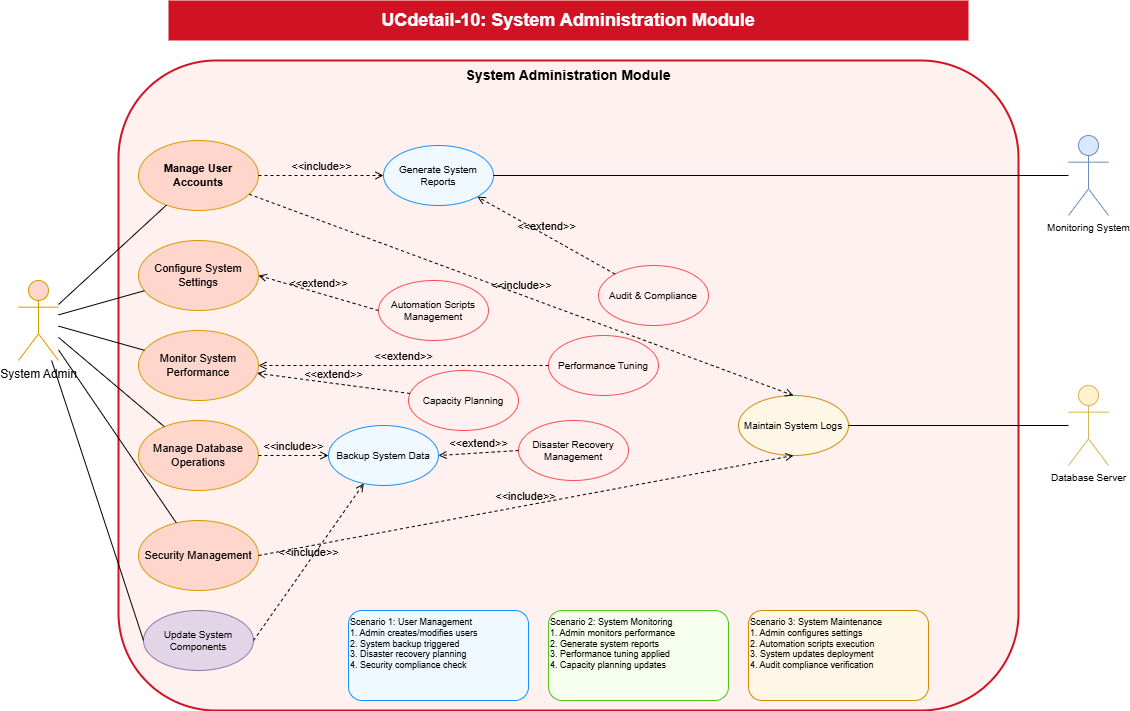
Earlier version of the draw.io export dsa-visualizer/academic-project/images/UCdetail-10-system-administration.png (HieNguyen08/dsa-visualizer). Source tidied: cells renumbered, new cells last; positions are measured from the earlier drawing's top-left corner, leaving out a move shared by most shapes.
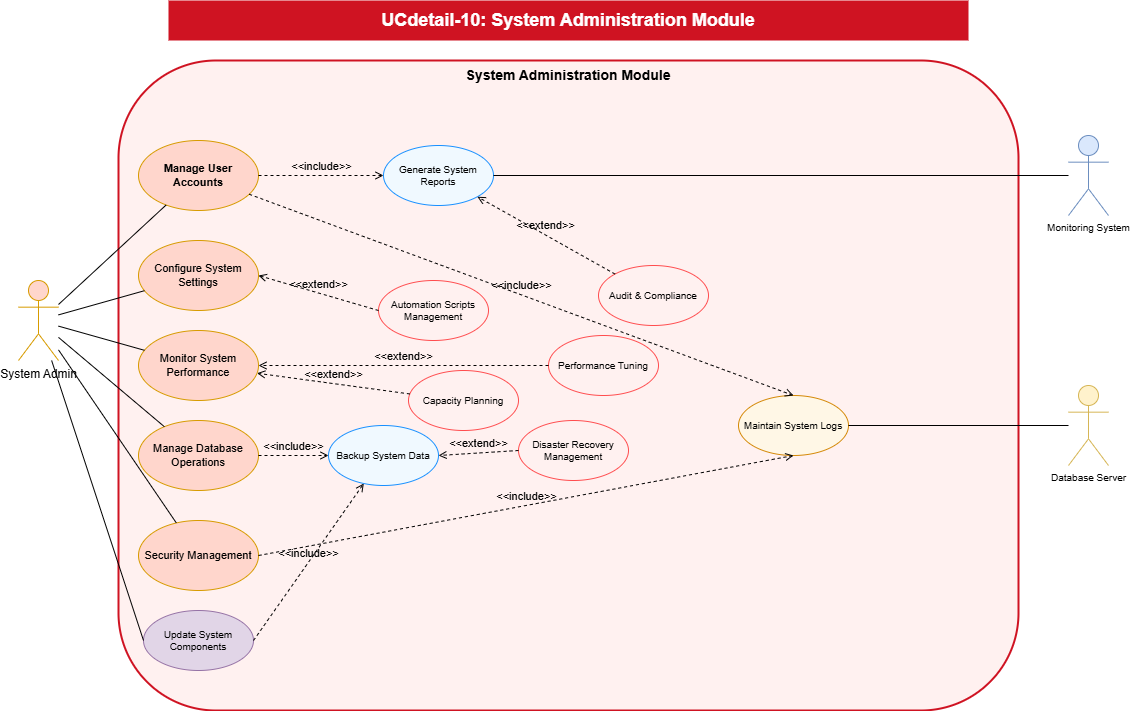
After the change.

Diff of the diagram source:
```diff
@@ -80,15 +80,6 @@
     <mxCell id="27" style="endArrow=none;html=1;rounded=0;fontSize=12;startSize=8;endSize=8;exitX=0;exitY=0.5;" parent="1" edge="1" source="6" target="13">
       <mxGeometry relative="1" as="geometry" />
     </mxCell>
-    <mxCell id="28" value="Scenario 1: User Management&#10;1. Admin creates/modifies users&#10;2. System backup triggered&#10;3. Disaster recovery planning&#10;4. Security compliance check" style="rounded=1;whiteSpace=wrap;html=1;fontSize=9;align=left;verticalAlign=top;fillColor=#f0f9ff;strokeColor=#1890ff;" parent="1" vertex="1">
-      <mxGeometry x="330" y="610" width="180" height="90" as="geometry" />
-    </mxCell>
-    <mxCell id="29" value="Scenario 2: System Monitoring&#10;1. Admin monitors performance&#10;2. Generate system reports&#10;3. Performance tuning applied&#10;4. Capacity planning updates" style="rounded=1;whiteSpace=wrap;html=1;fontSize=9;align=left;verticalAlign=top;fillColor=#f6ffed;strokeColor=#52c41a;" parent="1" vertex="1">
-      <mxGeometry x="530" y="610" width="180" height="90" as="geometry" />
-    </mxCell>
-    <mxCell id="30" value="Scenario 3: System Maintenance&#10;1. Admin configures settings&#10;2. Automation scripts execution&#10;3. System updates deployment&#10;4. Audit compliance verification" style="rounded=1;whiteSpace=wrap;html=1;fontSize=9;align=left;verticalAlign=top;fillColor=#fff7e6;strokeColor=#d48806;" parent="1" vertex="1">
-      <mxGeometry x="730" y="610" width="180" height="90" as="geometry" />
-    </mxCell>
     <mxCell id="31" value="&amp;lt;&amp;lt;include&amp;gt;&amp;gt;" style="html=1;verticalAlign=bottom;labelBackgroundColor=none;endArrow=open;endFill=0;dashed=1;entryX=0.5;entryY=0;entryDx=0;entryDy=0;" parent="1" edge="1" source="7" target="14">
       <mxGeometry relative="1" as="geometry" />
     </mxCell>
```
